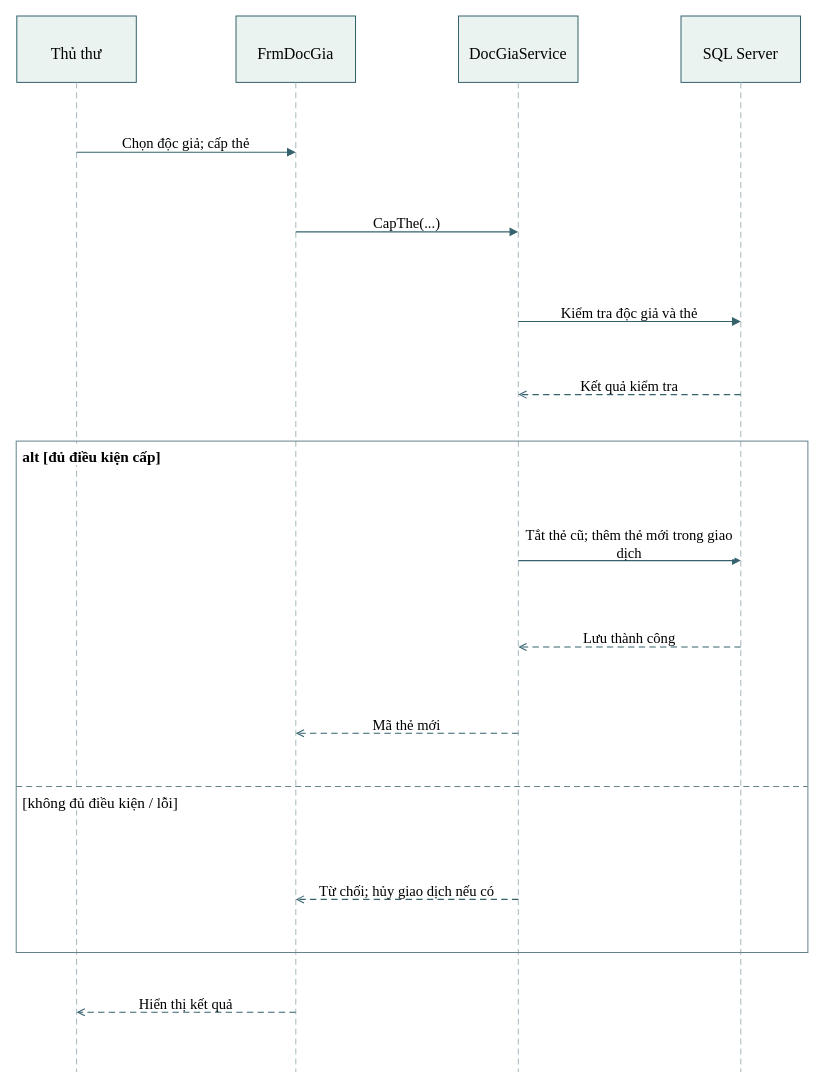
Before: LAB2/UML/09_SequenceCapGiaHanThe.drawio in kanishere55/LAB_AT_OOSD, a draw.io diagram. Source tidied: cells renumbered, new cells numbered last; positions are measured from the earlier drawing's top-left corner, leaving out a move shared by most shapes. Both pictures are drawn from the tidied source at 100%, with x=0, y=0 at pixel (16, 16).
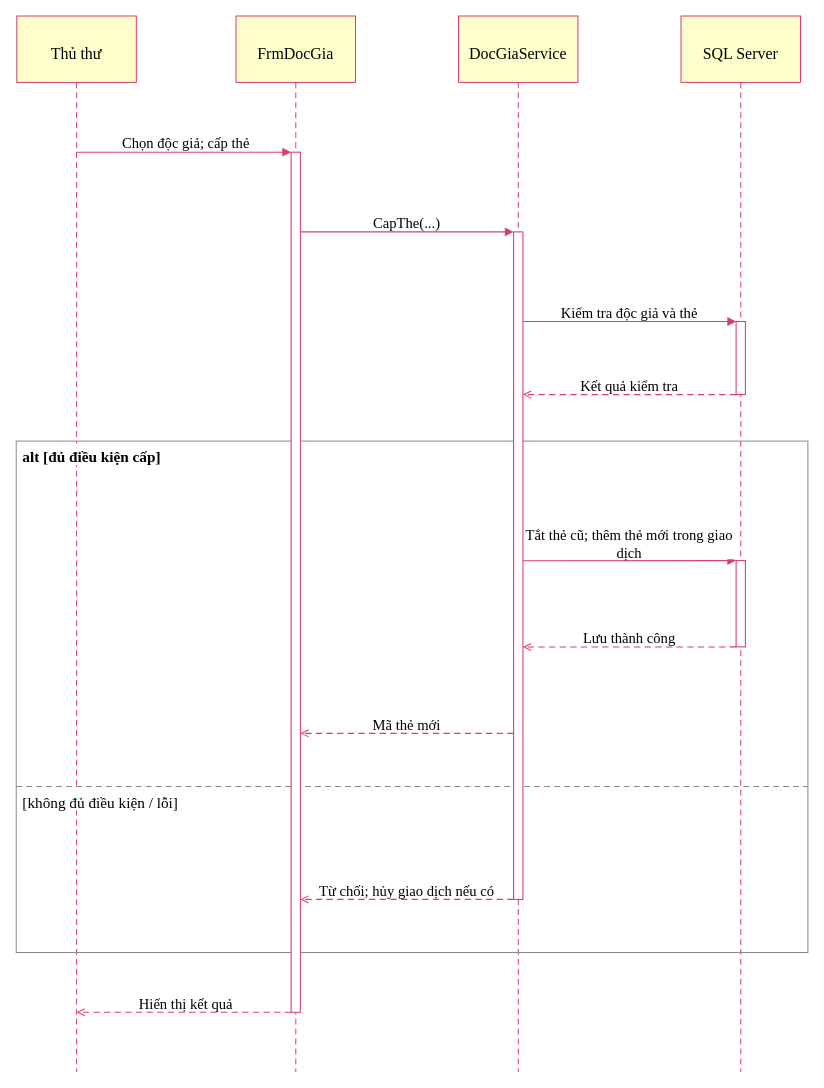
After the change.

Unchanged cells that the change refers to:
```xml
<mxCell id="2" style="group;html=0;" parent="1" vertex="1">
  <mxGeometry x="0.3" y="-0.5" width="119.5" height="66.4" as="geometry" />
</mxCell>
<mxCell id="6" style="group;html=0;" parent="1" vertex="1">
  <mxGeometry x="219.5" y="-0.5" width="119.5" height="66.4" as="geometry" />
</mxCell>
<mxCell id="10" style="group;html=0;" parent="1" vertex="1">
  <mxGeometry x="442" y="-0.5" width="119.5" height="66.4" as="geometry" />
</mxCell>
<mxCell id="14" style="group;html=0;" parent="1" vertex="1">
  <mxGeometry x="664.5" y="-0.5" width="119.5" height="66.4" as="geometry" />
</mxCell>
```

Change to the diagram source:
```diff
@@
-    <mxCell id="3" style="rounded=0;arcSize=12;html=0;fillColor=#eaf3ef;strokeColor=#35626d;strokeWidth=0.996;" parent="2" vertex="1">
+    <mxCell id="3" style="rounded=0;arcSize=12;html=0;fillColor=#ffffcc;strokeColor=#d83d70;strokeWidth=0.996;" parent="2" vertex="1">
       <mxGeometry width="119.5" height="66.4" as="geometry" />
     </mxCell>
@@
-    <mxCell id="5" style="edgeStyle=none;noEdgeStyle=1;rounded=0;strokeColor=#a6b8be;strokeWidth=0.996;endArrow=none;startArrow=none;dashed=1;dashPattern=6 4;" parent="1" edge="1">
+    <mxCell id="5" style="edgeStyle=none;noEdgeStyle=1;rounded=0;strokeColor=#d83d70;strokeWidth=0.996;endArrow=none;startArrow=none;dashed=1;dashPattern=6 4;" parent="1" edge="1">
       <mxGeometry relative="1" as="geometry">
         <mxPoint x="60.1" y="65.9" as="sourcePoint" />
         <mxPoint x="60.1" y="1055.5" as="targetPoint" />
       </mxGeometry>
     </mxCell>
@@
-    <mxCell id="7" style="rounded=0;arcSize=12;html=0;fillColor=#eaf3ef;strokeColor=#35626d;strokeWidth=0.996;" parent="6" vertex="1">
+    <mxCell id="7" style="rounded=0;arcSize=12;html=0;fillColor=#ffffcc;strokeColor=#d83d70;strokeWidth=0.996;" parent="6" vertex="1">
       <mxGeometry width="119.5" height="66.4" as="geometry" />
     </mxCell>
@@
-    <mxCell id="9" style="edgeStyle=none;noEdgeStyle=1;rounded=0;strokeColor=#a6b8be;strokeWidth=0.996;endArrow=none;startArrow=none;dashed=1;dashPattern=6 4;" parent="1" edge="1">
+    <mxCell id="9" style="edgeStyle=none;noEdgeStyle=1;rounded=0;strokeColor=#d83d70;strokeWidth=0.996;endArrow=none;startArrow=none;dashed=1;dashPattern=6 4;" parent="1" edge="1">
       <mxGeometry relative="1" as="geometry">
         <mxPoint x="279.3" y="65.9" as="sourcePoint" />
         <mxPoint x="279.3" y="1055.5" as="targetPoint" />
       </mxGeometry>
     </mxCell>
@@
-    <mxCell id="11" style="rounded=0;arcSize=12;html=0;fillColor=#eaf3ef;strokeColor=#35626d;strokeWidth=0.996;" parent="10" vertex="1">
+    <mxCell id="11" style="rounded=0;arcSize=12;html=0;fillColor=#ffffcc;strokeColor=#d83d70;strokeWidth=0.996;" parent="10" vertex="1">
       <mxGeometry width="119.5" height="66.4" as="geometry" />
     </mxCell>
@@
-    <mxCell id="13" style="edgeStyle=none;noEdgeStyle=1;rounded=0;strokeColor=#a6b8be;strokeWidth=0.996;endArrow=none;startArrow=none;dashed=1;dashPattern=6 4;" parent="1" edge="1">
+    <mxCell id="13" style="edgeStyle=none;noEdgeStyle=1;rounded=0;strokeColor=#d83d70;strokeWidth=0.996;endArrow=none;startArrow=none;dashed=1;dashPattern=6 4;" parent="1" edge="1">
       <mxGeometry relative="1" as="geometry">
         <mxPoint x="501.8" y="65.9" as="sourcePoint" />
         <mxPoint x="501.8" y="1055.5" as="targetPoint" />
       </mxGeometry>
     </mxCell>
@@
-    <mxCell id="15" style="rounded=0;arcSize=12;html=0;fillColor=#eaf3ef;strokeColor=#35626d;strokeWidth=0.996;" parent="14" vertex="1">
+    <mxCell id="15" style="rounded=0;arcSize=12;html=0;fillColor=#ffffcc;strokeColor=#d83d70;strokeWidth=0.996;" parent="14" vertex="1">
       <mxGeometry width="119.5" height="66.4" as="geometry" />
     </mxCell>
@@
-    <mxCell id="17" style="edgeStyle=none;noEdgeStyle=1;rounded=0;strokeColor=#a6b8be;strokeWidth=0.996;endArrow=none;startArrow=none;dashed=1;dashPattern=6 4;" parent="1" edge="1">
+    <mxCell id="17" style="edgeStyle=none;noEdgeStyle=1;rounded=0;strokeColor=#d83d70;strokeWidth=0.996;endArrow=none;startArrow=none;dashed=1;dashPattern=6 4;" parent="1" edge="1">
       <mxGeometry relative="1" as="geometry">
         <mxPoint x="724.3" y="65.9" as="sourcePoint" />
         <mxPoint x="724.3" y="1055.5" as="targetPoint" />
       </mxGeometry>
     </mxCell>
-    <mxCell id="18" style="rounded=0;arcSize=12;html=0;fillColor=none;strokeColor=#65828c;strokeWidth=0.996;" parent="1" vertex="1">
+    <mxCell id="18" style="rounded=0;arcSize=12;html=0;fillColor=none;strokeColor=#888888;strokeWidth=0.996;" parent="1" vertex="1">
       <mxGeometry x="-0.3" y="424.6" width="791.7" height="511.4" as="geometry" />
     </mxCell>
-    <mxCell id="19" style="edgeStyle=none;noEdgeStyle=1;rounded=0;strokeColor=#65828c;strokeWidth=0.996;endArrow=none;startArrow=none;dashed=1;dashPattern=6 4;" parent="1" edge="1">
+    <mxCell id="19" style="edgeStyle=none;noEdgeStyle=1;rounded=0;strokeColor=#888888;strokeWidth=0.996;endArrow=none;startArrow=none;dashed=1;dashPattern=6 4;" parent="1" edge="1">
       <mxGeometry relative="1" as="geometry">
         <mxPoint x="-0.3" y="770" as="sourcePoint" />
         <mxPoint x="791.3" y="770" as="targetPoint" />
       </mxGeometry>
     </mxCell>
@@
+    <mxCell id="40" style="rounded=0;html=0;fillColor=#ffffff;strokeColor=#d83d70;strokeWidth=1.063;" parent="1" vertex="1">
+      <mxGeometry x="274.6" y="135.7" width="9.3" height="860.1" as="geometry" />
+    </mxCell>
+    <mxCell id="41" style="rounded=0;html=0;fillColor=#ffffff;strokeColor=#d83d70;strokeWidth=1.063;" parent="1" vertex="1">
+      <mxGeometry x="497.1" y="215.4" width="9.3" height="667.5" as="geometry" />
+    </mxCell>
+    <mxCell id="42" style="rounded=0;html=0;fillColor=#ffffff;strokeColor=#d83d70;strokeWidth=1.063;" parent="1" vertex="1">
+      <mxGeometry x="719.6" y="305" width="9.3" height="73.1" as="geometry" />
+    </mxCell>
+    <mxCell id="43" style="rounded=0;html=0;fillColor=#ffffff;strokeColor=#d83d70;strokeWidth=1.063;" parent="1" vertex="1">
+      <mxGeometry x="719.6" y="544.1" width="9.3" height="86.3" as="geometry" />
+    </mxCell>
-    <mxCell id="22" style="edgeStyle=none;noEdgeStyle=1;rounded=0;jumpStyle=arc;jumpSize=6;strokeColor=#35626d;strokeWidth=1.063;endArrow=block;endFill=1;startArrow=none;startFill=1;" parent="1" edge="1">
+    <mxCell id="22" style="edgeStyle=none;noEdgeStyle=1;rounded=0;jumpStyle=arc;jumpSize=6;strokeColor=#d83d70;strokeWidth=1.063;endArrow=block;endFill=1;startArrow=none;startFill=1;entryX=0;entryY=-0.000000312;entryPerimeter=0;" parent="1" edge="1" target="40">
       <mxGeometry relative="1" as="geometry">
         <mxPoint x="60.1" y="135.7" as="sourcePoint" />
-        <mxPoint x="279.3" y="135.7" as="targetPoint" />
       </mxGeometry>
     </mxCell>
@@
-    <mxCell id="24" style="edgeStyle=none;noEdgeStyle=1;rounded=0;jumpStyle=arc;jumpSize=6;strokeColor=#35626d;strokeWidth=1.063;endArrow=block;endFill=1;startArrow=none;startFill=1;" parent="1" edge="1">
-      <mxGeometry relative="1" as="geometry">
-        <mxPoint x="279.3" y="215.4" as="sourcePoint" />
-        <mxPoint x="501.8" y="215.4" as="targetPoint" />
-      </mxGeometry>
+    <mxCell id="24" style="edgeStyle=none;noEdgeStyle=1;rounded=0;jumpStyle=arc;jumpSize=6;strokeColor=#d83d70;strokeWidth=1.063;endArrow=block;endFill=1;startArrow=none;startFill=1;exitX=1;exitY=0.092663711;exitPerimeter=0;entryX=0;entryY=-0.000000492;entryPerimeter=0;" parent="1" edge="1" source="40" target="41">
+      <mxGeometry relative="1" as="geometry" />
     </mxCell>
@@
-    <mxCell id="26" style="edgeStyle=none;noEdgeStyle=1;rounded=0;jumpStyle=arc;jumpSize=6;strokeColor=#35626d;strokeWidth=1.063;endArrow=block;endFill=1;startArrow=none;startFill=1;" parent="1" edge="1">
-      <mxGeometry relative="1" as="geometry">
-        <mxPoint x="501.8" y="305" as="sourcePoint" />
-        <mxPoint x="724.3" y="305" as="targetPoint" />
-      </mxGeometry>
+    <mxCell id="26" style="edgeStyle=none;noEdgeStyle=1;rounded=0;jumpStyle=arc;jumpSize=6;strokeColor=#d83d70;strokeWidth=1.063;endArrow=block;endFill=1;startArrow=none;startFill=1;exitX=1;exitY=0.134328515;exitPerimeter=0;entryX=0;entryY=0.000001430;entryPerimeter=0;" parent="1" edge="1" source="41" target="42">
+      <mxGeometry relative="1" as="geometry" />
     </mxCell>
@@
-    <mxCell id="28" style="edgeStyle=none;noEdgeStyle=1;rounded=0;jumpStyle=arc;jumpSize=6;strokeColor=#35626d;strokeWidth=1.063;endArrow=open;endFill=0;startArrow=none;startFill=1;dashed=1;dashPattern=6 4;" parent="1" edge="1">
-      <mxGeometry relative="1" as="geometry">
-        <mxPoint x="724.3" y="378.1" as="sourcePoint" />
-        <mxPoint x="501.8" y="378.1" as="targetPoint" />
-      </mxGeometry>
+    <mxCell id="28" style="edgeStyle=none;noEdgeStyle=1;rounded=0;jumpStyle=arc;jumpSize=6;strokeColor=#d83d70;strokeWidth=1.063;endArrow=open;endFill=0;startArrow=none;startFill=1;dashed=1;dashPattern=6 4;exitX=0;exitY=0.999996118;exitPerimeter=0;entryX=1;entryY=0.243780670;entryPerimeter=0;" parent="1" edge="1" source="42" target="41">
+      <mxGeometry relative="1" as="geometry" />
     </mxCell>
@@
-    <mxCell id="30" style="edgeStyle=none;noEdgeStyle=1;rounded=0;jumpStyle=arc;jumpSize=6;strokeColor=#35626d;strokeWidth=1.063;endArrow=block;endFill=1;startArrow=none;startFill=1;" parent="1" edge="1">
-      <mxGeometry relative="1" as="geometry">
-        <mxPoint x="501.8" y="544.1" as="sourcePoint" />
-        <mxPoint x="724.3" y="544.1" as="targetPoint" />
-      </mxGeometry>
+    <mxCell id="30" style="edgeStyle=none;noEdgeStyle=1;rounded=0;jumpStyle=arc;jumpSize=6;strokeColor=#d83d70;strokeWidth=1.063;endArrow=block;endFill=1;startArrow=none;startFill=1;exitX=1;exitY=0.492537202;exitPerimeter=0;entryX=0;entryY=-0.000000864;entryPerimeter=0;" parent="1" edge="1" source="41" target="43">
+      <mxGeometry relative="1" as="geometry" />
     </mxCell>
@@
-    <mxCell id="32" style="edgeStyle=none;noEdgeStyle=1;rounded=0;jumpStyle=arc;jumpSize=6;strokeColor=#35626d;strokeWidth=1.063;endArrow=open;endFill=0;startArrow=none;startFill=1;dashed=1;dashPattern=6 4;" parent="1" edge="1">
-      <mxGeometry relative="1" as="geometry">
-        <mxPoint x="724.3" y="630.5" as="sourcePoint" />
-        <mxPoint x="501.8" y="630.5" as="targetPoint" />
-      </mxGeometry>
+    <mxCell id="32" style="edgeStyle=none;noEdgeStyle=1;rounded=0;jumpStyle=arc;jumpSize=6;strokeColor=#d83d70;strokeWidth=1.063;endArrow=open;endFill=0;startArrow=none;startFill=1;dashed=1;dashPattern=6 4;exitX=0;exitY=0.999990665;exitPerimeter=0;entryX=1;entryY=0.621889340;entryPerimeter=0;" parent="1" edge="1" source="43" target="41">
+      <mxGeometry relative="1" as="geometry" />
     </mxCell>
@@
-    <mxCell id="34" style="edgeStyle=none;noEdgeStyle=1;rounded=0;jumpStyle=arc;jumpSize=6;strokeColor=#35626d;strokeWidth=1.063;endArrow=open;endFill=0;startArrow=none;startFill=1;dashed=1;dashPattern=6 4;" parent="1" edge="1">
-      <mxGeometry relative="1" as="geometry">
-        <mxPoint x="501.8" y="716.8" as="sourcePoint" />
-        <mxPoint x="279.3" y="716.8" as="targetPoint" />
-      </mxGeometry>
+    <mxCell id="34" style="edgeStyle=none;noEdgeStyle=1;rounded=0;jumpStyle=arc;jumpSize=6;strokeColor=#d83d70;strokeWidth=1.063;endArrow=open;endFill=0;startArrow=none;startFill=1;dashed=1;dashPattern=6 4;exitX=0;exitY=0.751242976;exitPerimeter=0;entryX=1;entryY=0.675675051;entryPerimeter=0;" parent="1" edge="1" source="41" target="40">
+      <mxGeometry relative="1" as="geometry" />
     </mxCell>
@@
-    <mxCell id="36" style="edgeStyle=none;noEdgeStyle=1;rounded=0;jumpStyle=arc;jumpSize=6;strokeColor=#35626d;strokeWidth=1.063;endArrow=open;endFill=0;startArrow=none;startFill=1;dashed=1;dashPattern=6 4;" parent="1" edge="1">
-      <mxGeometry relative="1" as="geometry">
-        <mxPoint x="501.8" y="882.9" as="sourcePoint" />
-        <mxPoint x="279.3" y="882.9" as="targetPoint" />
-      </mxGeometry>
+    <mxCell id="36" style="edgeStyle=none;noEdgeStyle=1;rounded=0;jumpStyle=arc;jumpSize=6;strokeColor=#d83d70;strokeWidth=1.063;endArrow=open;endFill=0;startArrow=none;startFill=1;dashed=1;dashPattern=6 4;exitX=0;exitY=0.999999508;exitPerimeter=0;entryX=1;entryY=0.868725487;entryPerimeter=0;" parent="1" edge="1" source="41" target="40">
+      <mxGeometry relative="1" as="geometry" />
     </mxCell>
@@
-    <mxCell id="38" style="edgeStyle=none;noEdgeStyle=1;rounded=0;jumpStyle=arc;jumpSize=6;strokeColor=#35626d;strokeWidth=1.063;endArrow=open;endFill=0;startArrow=none;startFill=1;dashed=1;dashPattern=6 4;" parent="1" edge="1">
+    <mxCell id="38" style="edgeStyle=none;noEdgeStyle=1;rounded=0;jumpStyle=arc;jumpSize=6;strokeColor=#d83d70;strokeWidth=1.063;endArrow=open;endFill=0;startArrow=none;startFill=1;dashed=1;dashPattern=6 4;exitX=0;exitY=0.999999132;exitPerimeter=0;" parent="1" edge="1" source="40">
       <mxGeometry relative="1" as="geometry">
-        <mxPoint x="279.3" y="995.8" as="sourcePoint" />
         <mxPoint x="60.1" y="995.8" as="targetPoint" />
       </mxGeometry>
     </mxCell>
```
